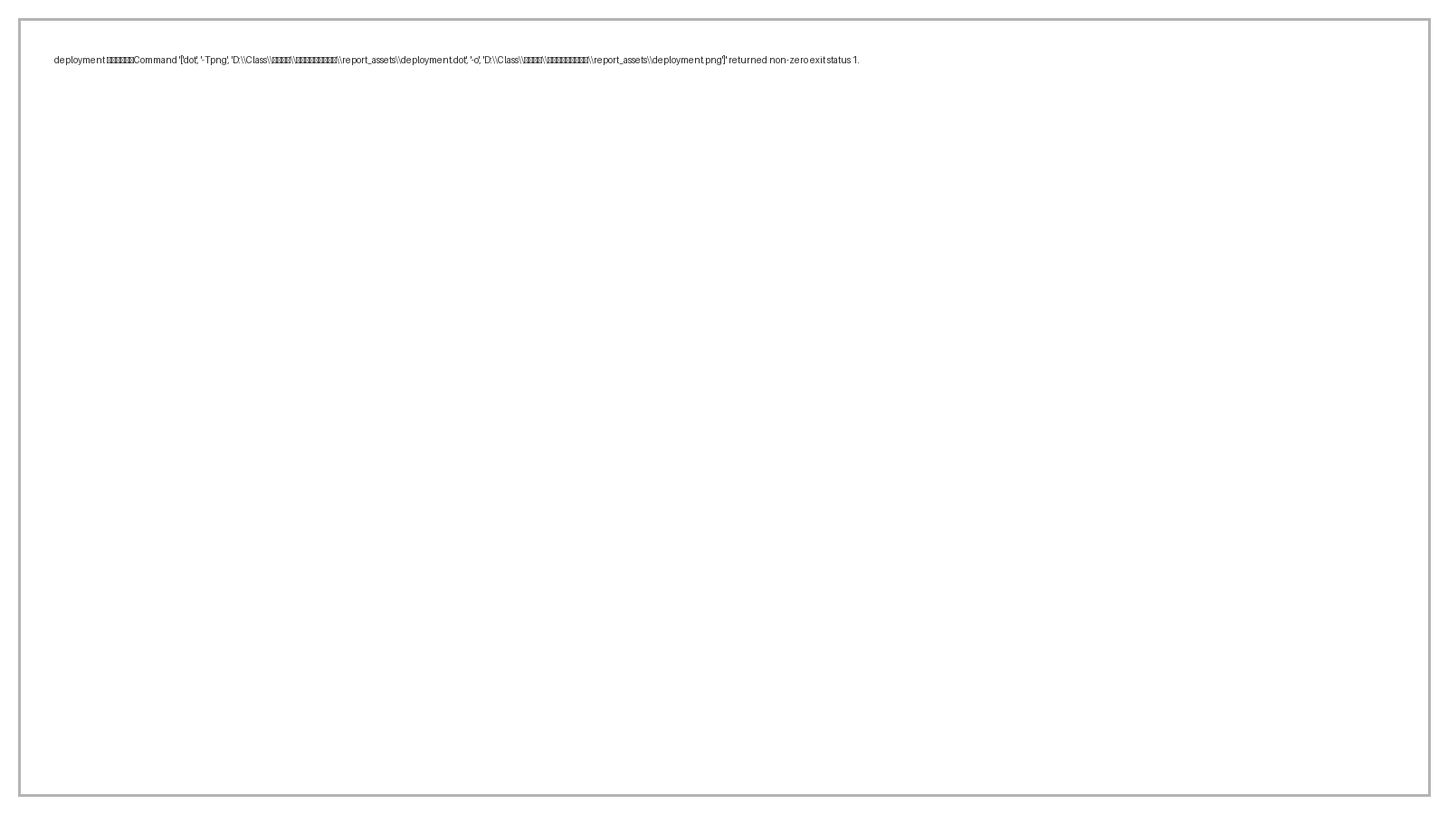
Earlier version of the Graphviz export report_assets/deployment.png (c20201057/SoftwareEngineering). Its source is kept beside it as report_assets/deployment.dot. Source of this version:
```dot
digraph G {
  graph [fontname="Microsoft YaHei", fontsize=16, bgcolor="white", pad=0.25, rankdir=LR, splines=ortho, nodesep=0.55, ranksep=0.8];
  node [fontname="Microsoft YaHei", fontsize=14, shape=box, style="rounded,filled", color="#6B7280", fillcolor="#F8FAFC"];
  edge [fontname="Microsoft YaHei", fontsize=12, color="#475569", arrowsize=0.8];
  phone [label="移动端\n微信客户端/小程序"];
  browser [label="管理端浏览器"];
  nginx [label="Nginx/HTTPS\n静态资源与反向代理"];
  node [label="Node.js 应用实例\nREST API + 静态前端"];
  db [label="MySQL 主库\n事务/索引/备份"];
  log [label="日志与监控\n访问日志/错误告警"];
  external [label="学校统一身份认证\n通知推送服务"];
  phone -> nginx;
  browser -> nginx;
  nginx -> node;
  node -> db;
  node -> log;
  node -> external;
}
```
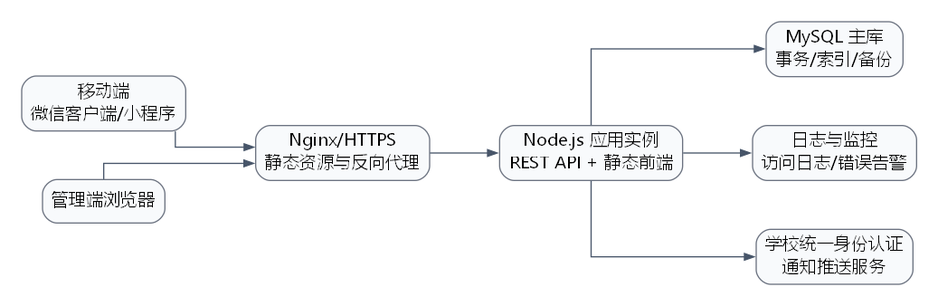
The same file after the commit.

Change to the diagram source:
```diff
@@ -5,14 +5,14 @@
   phone [label="移动端\n微信客户端/小程序"];
   browser [label="管理端浏览器"];
   nginx [label="Nginx/HTTPS\n静态资源与反向代理"];
-  node [label="Node.js 应用实例\nREST API + 静态前端"];
+  server [label="Node.js 应用实例\nREST API + 静态前端"];
   db [label="MySQL 主库\n事务/索引/备份"];
   log [label="日志与监控\n访问日志/错误告警"];
   external [label="学校统一身份认证\n通知推送服务"];
   phone -> nginx;
   browser -> nginx;
-  nginx -> node;
-  node -> db;
-  node -> log;
-  node -> external;
+  nginx -> server;
+  server -> db;
+  server -> log;
+  server -> external;
 }
```
